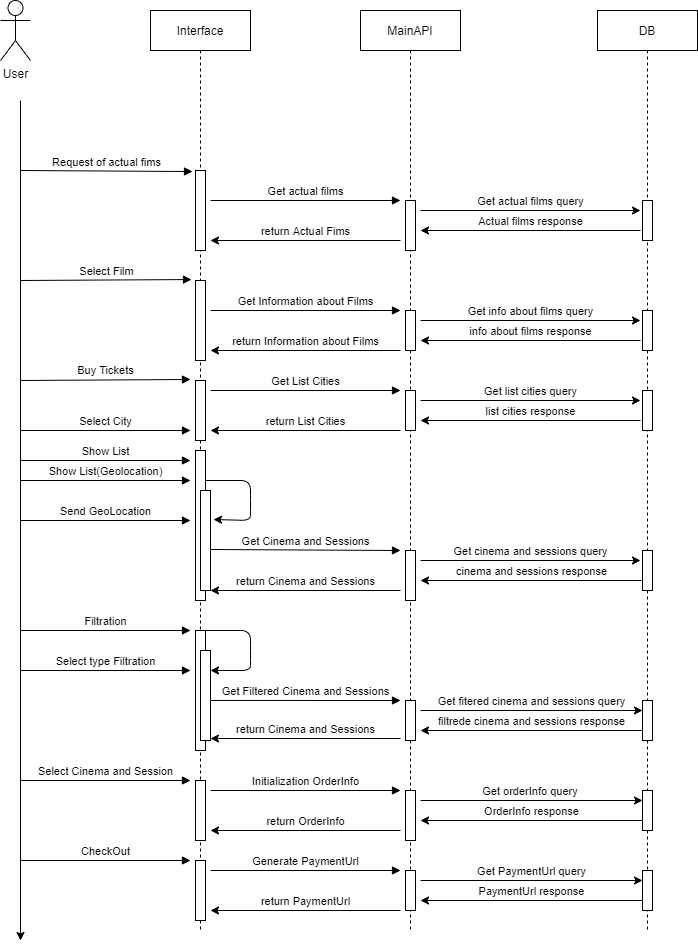
Above: Docs/sequence diagram_user.png in dmegeda/CinemaWeb (draw.io), before the change. Source tidied: cells renumbered, new cells last; positions are measured from the earlier drawing's top-left corner, leaving out a move shared by most shapes.
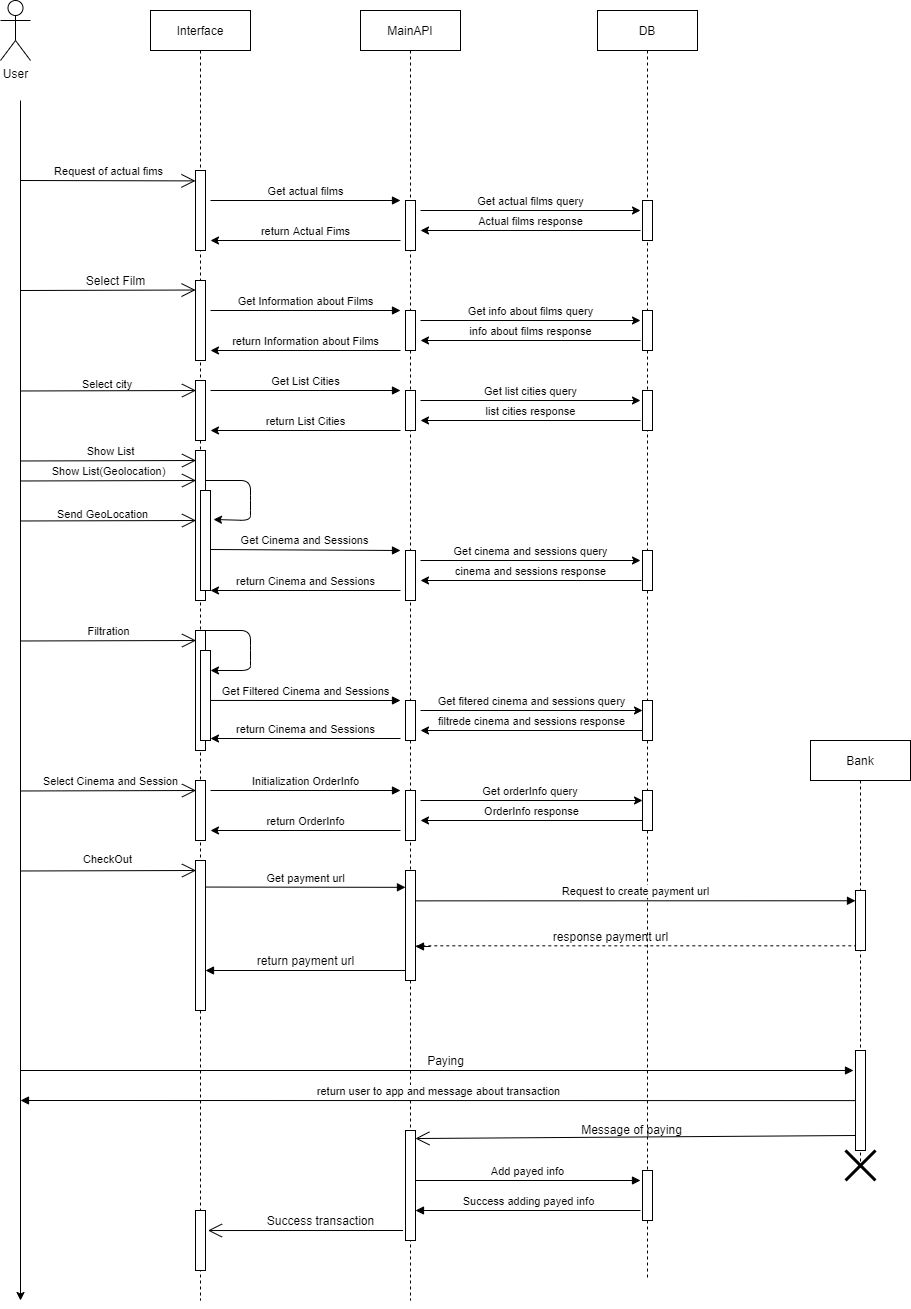
The same diagram one commit later.

Commit message:
sequence for user

The edit, as a diff of the source:
```diff
@@ -8,3 +8,3 @@
     <mxCell id="3" value="MainAPI" style="shape=umlLifeline;perimeter=lifelinePerimeter;whiteSpace=wrap;html=1;outlineConnect=0;" parent="1" vertex="1">
-      <mxGeometry x="360" y="10" width="100" height="920" as="geometry" />
+      <mxGeometry x="360" y="10" width="100" height="1290" as="geometry" />
     </mxCell>
@@ -28,7 +28,7 @@
     </mxCell>
-    <mxCell id="10" style="html=1;points=[];perimeter=orthogonalPerimeter;" parent="3" vertex="1">
-      <mxGeometry x="45" y="860" width="10" height="40" as="geometry" />
-    </mxCell>
+    <mxCell id="71" style="html=1;points=[];perimeter=orthogonalPerimeter;" parent="3" vertex="1">
+      <mxGeometry x="45" y="1120" width="10" height="110" as="geometry" />
+    </mxCell>
     <mxCell id="11" value="DB" style="shape=umlLifeline;perimeter=lifelinePerimeter;whiteSpace=wrap;html=1;" parent="1" vertex="1">
-      <mxGeometry x="597" y="10" width="100" height="920" as="geometry" />
+      <mxGeometry x="597" y="10" width="100" height="1270" as="geometry" />
     </mxCell>
@@ -49,5 +49,2 @@
     </mxCell>
-    <mxCell id="17" style="html=1;perimeter=orthogonalPerimeter;" parent="11" vertex="1">
-      <mxGeometry x="45" y="860" width="10" height="40" as="geometry" />
-    </mxCell>
     <mxCell id="18" style="html=1;perimeter=orthogonalPerimeter;" parent="11" vertex="1">
@@ -55,7 +52,5 @@
     </mxCell>
-    <mxCell id="19" value="Request of actual fims" style="html=1;verticalAlign=bottom;endArrow=block;entryX=-0.3;entryY=0.013;entryDx=0;entryDy=0;entryPerimeter=0;" parent="1" edge="1" target="47">
-      <mxGeometry relative="1" as="geometry">
-        <mxPoint x="20" y="170" as="sourcePoint" />
-      </mxGeometry>
-    </mxCell>
+    <mxCell id="72" style="html=1;perimeter=orthogonalPerimeter;" parent="11" vertex="1">
+      <mxGeometry x="45" y="1160" width="10" height="50" as="geometry" />
+    </mxCell>
     <mxCell id="20" value="Get actual films" style="html=1;verticalAlign=bottom;endArrow=block;" parent="1" edge="1">
@@ -72,13 +67,2 @@
     </mxCell>
-    <mxCell id="22" value="Select Film" style="html=1;verticalAlign=bottom;endArrow=block;entryX=-0.4;entryY=-0.012;entryDx=0;entryDy=0;entryPerimeter=0;" parent="1" edge="1" target="48">
-      <mxGeometry relative="1" as="geometry">
-        <mxPoint x="20" y="280" as="sourcePoint" />
-      </mxGeometry>
-    </mxCell>
-    <mxCell id="23" value="CheckOut" style="html=1;verticalAlign=bottom;endArrow=block;" parent="1" edge="1">
-      <mxGeometry relative="1" as="geometry">
-        <mxPoint x="20" y="860" as="sourcePoint" />
-        <mxPoint x="190" y="860" as="targetPoint" />
-      </mxGeometry>
-    </mxCell>
     <mxCell id="24" value="return Actual Fims" style="html=1;verticalAlign=bottom;endArrow=none;endFill=0;startArrow=classic;startFill=1;" parent="1" edge="1">
@@ -89,8 +73,2 @@
     </mxCell>
-    <mxCell id="25" value="Select Cinema and Session" style="html=1;verticalAlign=bottom;endArrow=block;" parent="1" edge="1">
-      <mxGeometry relative="1" as="geometry">
-        <mxPoint x="20" y="780" as="sourcePoint" />
-        <mxPoint x="190" y="780" as="targetPoint" />
-      </mxGeometry>
-    </mxCell>
     <mxCell id="26" value="Get Information about Films" style="html=1;verticalAlign=bottom;endArrow=block;" parent="1" edge="1">
@@ -107,12 +85,2 @@
     </mxCell>
-    <mxCell id="28" value="Buy Tickets" style="html=1;verticalAlign=bottom;endArrow=block;entryX=-0.5;entryY=-0.017;entryDx=0;entryDy=0;entryPerimeter=0;" parent="1" edge="1" target="49">
-      <mxGeometry relative="1" as="geometry">
-        <mxPoint x="20" y="380" as="sourcePoint" />
-      </mxGeometry>
-    </mxCell>
-    <mxCell id="29" value="Select City" style="html=1;verticalAlign=bottom;endArrow=block;entryX=-0.5;entryY=0.833;entryDx=0;entryDy=0;entryPerimeter=0;" parent="1" edge="1" target="49">
-      <mxGeometry relative="1" as="geometry">
-        <mxPoint x="20" y="430" as="sourcePoint" />
-      </mxGeometry>
-    </mxCell>
     <mxCell id="30" value="Get Cinema and Sessions" style="html=1;verticalAlign=bottom;endArrow=block;exitX=1.4;exitY=0.66;exitDx=0;exitDy=0;exitPerimeter=0;" parent="1" edge="1" source="50">
@@ -122,8 +90,2 @@
     </mxCell>
-    <mxCell id="31" value="Filtration" style="html=1;verticalAlign=bottom;endArrow=block;" parent="1" edge="1">
-      <mxGeometry relative="1" as="geometry">
-        <mxPoint x="20" y="630" as="sourcePoint" />
-        <mxPoint x="190" y="630" as="targetPoint" />
-      </mxGeometry>
-    </mxCell>
     <mxCell id="32" style="endArrow=classic;html=1;entryX=1;entryY=0.222;entryDx=0;entryDy=0;entryPerimeter=0;" parent="1" edge="1" target="69">
@@ -138,8 +100,2 @@
     </mxCell>
-    <mxCell id="33" value="Select type Filtration" style="html=1;verticalAlign=bottom;endArrow=block;" parent="1" edge="1">
-      <mxGeometry relative="1" as="geometry">
-        <mxPoint x="20" y="670" as="sourcePoint" />
-        <mxPoint x="190" y="670" as="targetPoint" />
-      </mxGeometry>
-    </mxCell>
     <mxCell id="34" value="Get Filtered Cinema and Sessions" style="html=1;verticalAlign=bottom;endArrow=block;exitX=1.5;exitY=0.583;exitDx=0;exitDy=0;exitPerimeter=0;" parent="1" edge="1" source="51">
@@ -160,8 +116,2 @@
     </mxCell>
-    <mxCell id="37" value="return PaymentUrl" style="html=1;verticalAlign=bottom;endArrow=none;endFill=0;startArrow=classic;startFill=1;" parent="1" edge="1">
-      <mxGeometry relative="1" as="geometry">
-        <mxPoint x="210" y="910" as="sourcePoint" />
-        <mxPoint x="400" y="910" as="targetPoint" />
-      </mxGeometry>
-    </mxCell>
     <mxCell id="38" value="info about films response" style="html=1;verticalAlign=bottom;endArrow=none;endFill=0;startArrow=classic;startFill=1;" parent="1" edge="1">
@@ -190,20 +140,2 @@
     </mxCell>
-    <mxCell id="42" value="Show List" style="html=1;verticalAlign=bottom;endArrow=block;" parent="1" edge="1">
-      <mxGeometry relative="1" as="geometry">
-        <mxPoint x="20" y="460" as="sourcePoint" />
-        <mxPoint x="190" y="460" as="targetPoint" />
-      </mxGeometry>
-    </mxCell>
-    <mxCell id="43" value="Show List(Geolocation)" style="html=1;verticalAlign=bottom;endArrow=block;" parent="1" edge="1">
-      <mxGeometry relative="1" as="geometry">
-        <mxPoint x="20" y="480" as="sourcePoint" />
-        <mxPoint x="190" y="480" as="targetPoint" />
-      </mxGeometry>
-    </mxCell>
-    <mxCell id="44" value="Send GeoLocation" style="html=1;verticalAlign=bottom;endArrow=block;" parent="1" edge="1">
-      <mxGeometry relative="1" as="geometry">
-        <mxPoint x="20" y="520" as="sourcePoint" />
-        <mxPoint x="190" y="520" as="targetPoint" />
-      </mxGeometry>
-    </mxCell>
     <mxCell id="45" style="endArrow=classic;html=1;entryX=1.3;entryY=0.29;entryDx=0;entryDy=0;entryPerimeter=0;" parent="1" edge="1" target="68">
@@ -219,3 +151,3 @@
     <mxCell id="46" value="Interface" style="shape=umlLifeline;perimeter=lifelinePerimeter;whiteSpace=wrap;html=1;" parent="1" vertex="1">
-      <mxGeometry x="150" y="10" width="100" height="920" as="geometry" />
+      <mxGeometry x="150" y="10" width="100" height="1290" as="geometry" />
     </mxCell>
@@ -240,4 +172,7 @@
     <mxCell id="53" style="html=1;points=[];perimeter=orthogonalPerimeter;" parent="46" vertex="1">
-      <mxGeometry x="45" y="850" width="10" height="60" as="geometry" />
+      <mxGeometry x="45" y="850" width="10" height="150" as="geometry" />
     </mxCell>
+    <mxCell id="73" style="html=1;perimeter=orthogonalPerimeter;" parent="46" vertex="1">
+      <mxGeometry x="45" y="1200" width="10" height="60" as="geometry" />
+    </mxCell>
     <mxCell id="54" value="Get actual films query" style="html=1;verticalAlign=bottom;endArrow=classic;endFill=1;startArrow=none;startFill=0;" parent="1" edge="1">
@@ -308,20 +243,2 @@
     </mxCell>
-    <mxCell id="65" value="Generate PaymentUrl" style="html=1;verticalAlign=bottom;endArrow=block;" parent="1" edge="1">
-      <mxGeometry relative="1" as="geometry">
-        <mxPoint x="210" y="870" as="sourcePoint" />
-        <mxPoint x="400" y="870" as="targetPoint" />
-      </mxGeometry>
-    </mxCell>
-    <mxCell id="66" value="PaymentUrl response" style="html=1;verticalAlign=bottom;endArrow=none;endFill=0;startArrow=classic;startFill=1;" parent="1" edge="1">
-      <mxGeometry relative="1" as="geometry">
-        <mxPoint x="420" y="900" as="sourcePoint" />
-        <mxPoint x="642" y="900" as="targetPoint" />
-      </mxGeometry>
-    </mxCell>
-    <mxCell id="67" value="Get PaymentUrl query" style="html=1;verticalAlign=bottom;endArrow=classic;endFill=1;startArrow=none;startFill=0;" parent="1" edge="1">
-      <mxGeometry relative="1" as="geometry">
-        <mxPoint x="420" y="880" as="sourcePoint" />
-        <mxPoint x="642" y="880" as="targetPoint" />
-      </mxGeometry>
-    </mxCell>
     <mxCell id="68" style="html=1;points=[];perimeter=orthogonalPerimeter;" parent="1" vertex="1">
@@ -335,5 +252,171 @@
         <mxPoint x="20" y="100" as="sourcePoint" />
-        <mxPoint x="20" y="940" as="targetPoint" />
+        <mxPoint x="20" y="1300" as="targetPoint" />
       </mxGeometry>
     </mxCell>
+    <mxCell id="74" style="endArrow=open;endFill=1;endSize=12;html=1;entryX=-0.005;entryY=0.13;entryDx=0;entryDy=0;entryPerimeter=0;" parent="1" edge="1" target="47">
+      <mxGeometry relative="1" as="geometry">
+        <mxPoint x="20" y="180" as="sourcePoint" />
+      </mxGeometry>
+    </mxCell>
+    <mxCell id="19" value="&lt;span style=&quot;font-size: 11px ; background-color: rgb(255 , 255 , 255)&quot;&gt;Request of actual fims&lt;/span&gt;" style="text;html=1;align=center;verticalAlign=middle;" parent="1" vertex="1">
+      <mxGeometry x="48" y="160" width="120" height="20" as="geometry" />
+    </mxCell>
+    <mxCell id="75" style="endArrow=open;endFill=1;endSize=12;html=1;entryX=0.006;entryY=0.119;entryDx=0;entryDy=0;entryPerimeter=0;" parent="1" edge="1" target="48">
+      <mxGeometry relative="1" as="geometry">
+        <mxPoint x="20" y="290" as="sourcePoint" />
+      </mxGeometry>
+    </mxCell>
+    <mxCell id="22" value="Select Film" style="text;html=1;align=center;verticalAlign=middle;" parent="1" vertex="1">
+      <mxGeometry x="80" y="270" width="70" height="20" as="geometry" />
+    </mxCell>
+    <mxCell id="76" style="endArrow=open;endFill=1;endSize=12;html=1;entryX=0.006;entryY=0.119;entryDx=0;entryDy=0;entryPerimeter=0;" parent="1" edge="1">
+      <mxGeometry relative="1" as="geometry">
+        <mxPoint x="20.5" y="390.5" as="sourcePoint" />
+        <mxPoint x="195.5" y="390" as="targetPoint" />
+      </mxGeometry>
+    </mxCell>
+    <mxCell id="77" style="endArrow=open;endFill=1;endSize=12;html=1;entryX=0.006;entryY=0.119;entryDx=0;entryDy=0;entryPerimeter=0;" parent="1" edge="1">
+      <mxGeometry relative="1" as="geometry">
+        <mxPoint x="20.5" y="520.5" as="sourcePoint" />
+        <mxPoint x="195.5" y="520" as="targetPoint" />
+      </mxGeometry>
+    </mxCell>
+    <mxCell id="78" style="endArrow=open;endFill=1;endSize=12;html=1;entryX=0.006;entryY=0.119;entryDx=0;entryDy=0;entryPerimeter=0;" parent="1" edge="1">
+      <mxGeometry relative="1" as="geometry">
+        <mxPoint x="20.5" y="480.5" as="sourcePoint" />
+        <mxPoint x="195.5" y="480" as="targetPoint" />
+      </mxGeometry>
+    </mxCell>
+    <mxCell id="79" style="endArrow=open;endFill=1;endSize=12;html=1;entryX=0.006;entryY=0.119;entryDx=0;entryDy=0;entryPerimeter=0;" parent="1" edge="1">
+      <mxGeometry relative="1" as="geometry">
+        <mxPoint x="20.5" y="460.5" as="sourcePoint" />
+        <mxPoint x="195.5" y="460" as="targetPoint" />
+      </mxGeometry>
+    </mxCell>
+    <mxCell id="80" value="&lt;span style=&quot;color: rgb(0 , 0 , 0) ; font-family: &amp;#34;helvetica&amp;#34; ; font-size: 11px ; font-style: normal ; font-weight: 400 ; letter-spacing: normal ; text-align: center ; text-indent: 0px ; text-transform: none ; word-spacing: 0px ; background-color: rgb(255 , 255 , 255) ; float: none ; display: inline&quot;&gt;Select city&lt;/span&gt;" style="text;whiteSpace=wrap;html=1;" parent="1" vertex="1">
+      <mxGeometry x="80" y="370" width="80" height="30" as="geometry" />
+    </mxCell>
+    <mxCell id="42" value="&lt;span style=&quot;font-size: 11px ; background-color: rgb(255 , 255 , 255)&quot;&gt;Show List&lt;/span&gt;" style="text;html=1;align=center;verticalAlign=middle;" parent="1" vertex="1">
+      <mxGeometry x="80" y="440" width="60" height="20" as="geometry" />
+    </mxCell>
+    <mxCell id="43" value="&lt;span style=&quot;font-size: 11px ; background-color: rgb(255 , 255 , 255)&quot;&gt;Show List(Geolocation)&lt;/span&gt;" style="text;html=1;align=center;verticalAlign=middle;" parent="1" vertex="1">
+      <mxGeometry x="43" y="460" width="130" height="20" as="geometry" />
+    </mxCell>
+    <mxCell id="44" value="&lt;!--StartFragment--&gt;&lt;span style=&quot;color: rgb(0, 0, 0); font-family: Helvetica; font-size: 11px; font-style: normal; font-variant-ligatures: normal; font-variant-caps: normal; font-weight: 400; letter-spacing: normal; orphans: 2; text-align: center; text-indent: 0px; text-transform: none; widows: 2; word-spacing: 0px; -webkit-text-stroke-width: 0px; background-color: rgb(255, 255, 255); text-decoration-style: initial; text-decoration-color: initial; float: none; display: inline !important;&quot;&gt;Send GeoLocation&lt;/span&gt;&lt;!--EndFragment--&gt;" style="text;whiteSpace=wrap;html=1;" parent="1" vertex="1">
+      <mxGeometry x="55" y="500" width="120" height="30" as="geometry" />
+    </mxCell>
+    <mxCell id="81" style="endArrow=open;endFill=1;endSize=12;html=1;entryX=0.006;entryY=0.119;entryDx=0;entryDy=0;entryPerimeter=0;" parent="1" edge="1">
+      <mxGeometry relative="1" as="geometry">
+        <mxPoint x="20.5" y="790.5" as="sourcePoint" />
+        <mxPoint x="195.5" y="790" as="targetPoint" />
+      </mxGeometry>
+    </mxCell>
+    <mxCell id="82" style="endArrow=open;endFill=1;endSize=12;html=1;entryX=0.006;entryY=0.119;entryDx=0;entryDy=0;entryPerimeter=0;" parent="1" edge="1">
+      <mxGeometry relative="1" as="geometry">
+        <mxPoint x="20.5" y="640.5" as="sourcePoint" />
+        <mxPoint x="195.5" y="640" as="targetPoint" />
+      </mxGeometry>
+    </mxCell>
+    <mxCell id="83" style="endArrow=open;endFill=1;endSize=12;html=1;entryX=0.006;entryY=0.119;entryDx=0;entryDy=0;entryPerimeter=0;" parent="1" edge="1">
+      <mxGeometry relative="1" as="geometry">
+        <mxPoint x="20.5" y="870.5" as="sourcePoint" />
+        <mxPoint x="195.5" y="870" as="targetPoint" />
+      </mxGeometry>
+    </mxCell>
+    <mxCell id="31" value="&lt;span style=&quot;font-size: 11px ; background-color: rgb(255 , 255 , 255)&quot;&gt;Filtration&lt;/span&gt;" style="text;html=1;align=center;verticalAlign=middle;" parent="1" vertex="1">
+      <mxGeometry x="78" y="620" width="60" height="20" as="geometry" />
+    </mxCell>
+    <mxCell id="25" value="&lt;span style=&quot;font-size: 11px ; background-color: rgb(255 , 255 , 255)&quot;&gt;Select Cinema and Session&lt;/span&gt;" style="text;html=1;align=center;verticalAlign=middle;" parent="1" vertex="1">
+      <mxGeometry x="35" y="770" width="150" height="20" as="geometry" />
+    </mxCell>
+    <mxCell id="23" value="&lt;span style=&quot;font-size: 11px ; background-color: rgb(255 , 255 , 255)&quot;&gt;CheckOut&lt;/span&gt;" style="text;html=1;align=center;verticalAlign=middle;" parent="1" vertex="1">
+      <mxGeometry x="77" y="848" width="60" height="20" as="geometry" />
+    </mxCell>
+    <mxCell id="84" value="Bank" style="shape=umlLifeline;perimeter=lifelinePerimeter;whiteSpace=wrap;html=1;" parent="1" vertex="1">
+      <mxGeometry x="810" y="740" width="100" height="430" as="geometry" />
+    </mxCell>
+    <mxCell id="85" style="html=1;points=[];perimeter=orthogonalPerimeter;" parent="84" vertex="1">
+      <mxGeometry x="45" y="150" width="10" height="60" as="geometry" />
+    </mxCell>
+    <mxCell id="86" style="shape=umlDestroy;whiteSpace=wrap;html=1;strokeWidth=3;" parent="84" vertex="1">
+      <mxGeometry x="35" y="410" width="30" height="30" as="geometry" />
+    </mxCell>
+    <mxCell id="87" value="Get payment url" style="html=1;verticalAlign=bottom;endArrow=block;exitX=0.997;exitY=0.177;exitDx=0;exitDy=0;exitPerimeter=0;entryX=-0.003;entryY=0.153;entryDx=0;entryDy=0;entryPerimeter=0;" parent="1" edge="1" source="53" target="10">
+      <mxGeometry relative="1" as="geometry" />
+    </mxCell>
+    <mxCell id="88" value="Request to create payment url" style="html=1;verticalAlign=bottom;endArrow=block;exitX=1.002;exitY=0.276;exitDx=0;exitDy=0;exitPerimeter=0;entryX=-0.001;entryY=0.171;entryDx=0;entryDy=0;entryPerimeter=0;" parent="1" edge="1" source="10" target="85">
+      <mxGeometry relative="1" as="geometry" />
+    </mxCell>
+    <mxCell id="89" value="response payment url" style="text;html=1;align=center;verticalAlign=middle;" parent="1" vertex="1">
+      <mxGeometry x="545" y="926" width="130" height="20" as="geometry" />
+    </mxCell>
+    <mxCell id="90" style="html=1;verticalAlign=bottom;endArrow=block;" parent="1" edge="1" source="10" target="3">
+      <mxGeometry relative="1" as="geometry" />
+    </mxCell>
+    <mxCell id="91" style="endArrow=none;dashed=1;html=1;entryX=-0.003;entryY=0.922;entryDx=0;entryDy=0;entryPerimeter=0;" parent="1" edge="1" source="3" target="85">
+      <mxGeometry relative="1" as="geometry" />
+    </mxCell>
+    <mxCell id="92" value="return payment url" style="text;html=1;align=center;verticalAlign=middle;" parent="1" vertex="1">
+      <mxGeometry x="250" y="950" width="110" height="20" as="geometry" />
+    </mxCell>
+    <mxCell id="10" style="html=1;points=[];perimeter=orthogonalPerimeter;" parent="1" vertex="1">
+      <mxGeometry x="405" y="870" width="10" height="110" as="geometry" />
+    </mxCell>
+    <mxCell id="93" style="html=1;verticalAlign=bottom;endArrow=block;" parent="1" edge="1" target="10">
+      <mxGeometry relative="1" as="geometry">
+        <mxPoint x="430" y="946" as="sourcePoint" />
+      </mxGeometry>
+    </mxCell>
+    <mxCell id="94" style="html=1;verticalAlign=bottom;endArrow=block;exitX=0.997;exitY=0.177;exitDx=0;exitDy=0;exitPerimeter=0;" parent="1" edge="1">
+      <mxGeometry relative="1" as="geometry">
+        <mxPoint x="405" y="970" as="sourcePoint" />
+        <mxPoint x="205" y="970" as="targetPoint" />
+      </mxGeometry>
+    </mxCell>
+    <mxCell id="95" style="html=1;verticalAlign=bottom;endArrow=block;exitX=1.5;exitY=0.583;exitDx=0;exitDy=0;exitPerimeter=0;" parent="1" edge="1">
+      <mxGeometry relative="1" as="geometry">
+        <mxPoint x="20" y="1070" as="sourcePoint" />
+        <mxPoint x="853" y="1070" as="targetPoint" />
+      </mxGeometry>
+    </mxCell>
+    <mxCell id="96" style="html=1;points=[];perimeter=orthogonalPerimeter;" parent="1" vertex="1">
+      <mxGeometry x="855" y="1050" width="10" height="100" as="geometry" />
+    </mxCell>
+    <mxCell id="97" value="Paying" style="text;html=1;align=center;verticalAlign=middle;" parent="1" vertex="1">
+      <mxGeometry x="420" y="1050" width="50" height="20" as="geometry" />
+    </mxCell>
+    <mxCell id="98" style="endArrow=open;endFill=1;endSize=12;html=1;entryX=0.991;entryY=0.073;entryDx=0;entryDy=0;entryPerimeter=0;" parent="1" edge="1" target="71">
+      <mxGeometry relative="1" as="geometry">
+        <mxPoint x="855" y="1135" as="sourcePoint" />
+      </mxGeometry>
+    </mxCell>
+    <mxCell id="99" value="Message of paying" style="text;html=1;align=center;verticalAlign=middle;" parent="1" vertex="1">
+      <mxGeometry x="571" y="1119" width="120" height="20" as="geometry" />
+    </mxCell>
+    <mxCell id="100" value="Add payed info" style="html=1;verticalAlign=bottom;endArrow=block;exitX=0.997;exitY=0.177;exitDx=0;exitDy=0;exitPerimeter=0;" parent="1" edge="1">
+      <mxGeometry relative="1" as="geometry">
+        <mxPoint x="415" y="1180" as="sourcePoint" />
+        <mxPoint x="640" y="1180" as="targetPoint" />
+      </mxGeometry>
+    </mxCell>
+    <mxCell id="101" value="Success adding payed info" style="html=1;verticalAlign=bottom;endArrow=block;exitX=0.997;exitY=0.177;exitDx=0;exitDy=0;exitPerimeter=0;" parent="1" edge="1">
+      <mxGeometry relative="1" as="geometry">
+        <mxPoint x="640" y="1210" as="sourcePoint" />
+        <mxPoint x="415" y="1210" as="targetPoint" />
+      </mxGeometry>
+    </mxCell>
+    <mxCell id="102" value="return user to app and message about transaction" style="html=1;verticalAlign=bottom;endArrow=block;exitX=0.006;exitY=0.501;exitDx=0;exitDy=0;exitPerimeter=0;" parent="1" edge="1" source="96">
+      <mxGeometry relative="1" as="geometry">
+        <mxPoint x="20" y="1100" as="targetPoint" />
+      </mxGeometry>
+    </mxCell>
+    <mxCell id="103" style="endArrow=open;endFill=1;endSize=12;html=1;entryX=0.991;entryY=0.073;entryDx=0;entryDy=0;entryPerimeter=0;" parent="1" edge="1">
+      <mxGeometry relative="1" as="geometry">
+        <mxPoint x="402.5" y="1230" as="sourcePoint" />
+        <mxPoint x="207.5" y="1230" as="targetPoint" />
+      </mxGeometry>
+    </mxCell>
+    <mxCell id="104" value="Success transaction" style="text;html=1;align=center;verticalAlign=middle;" parent="1" vertex="1">
+      <mxGeometry x="260" y="1210" width="120" height="20" as="geometry" />
+    </mxCell>
   </root>
```
